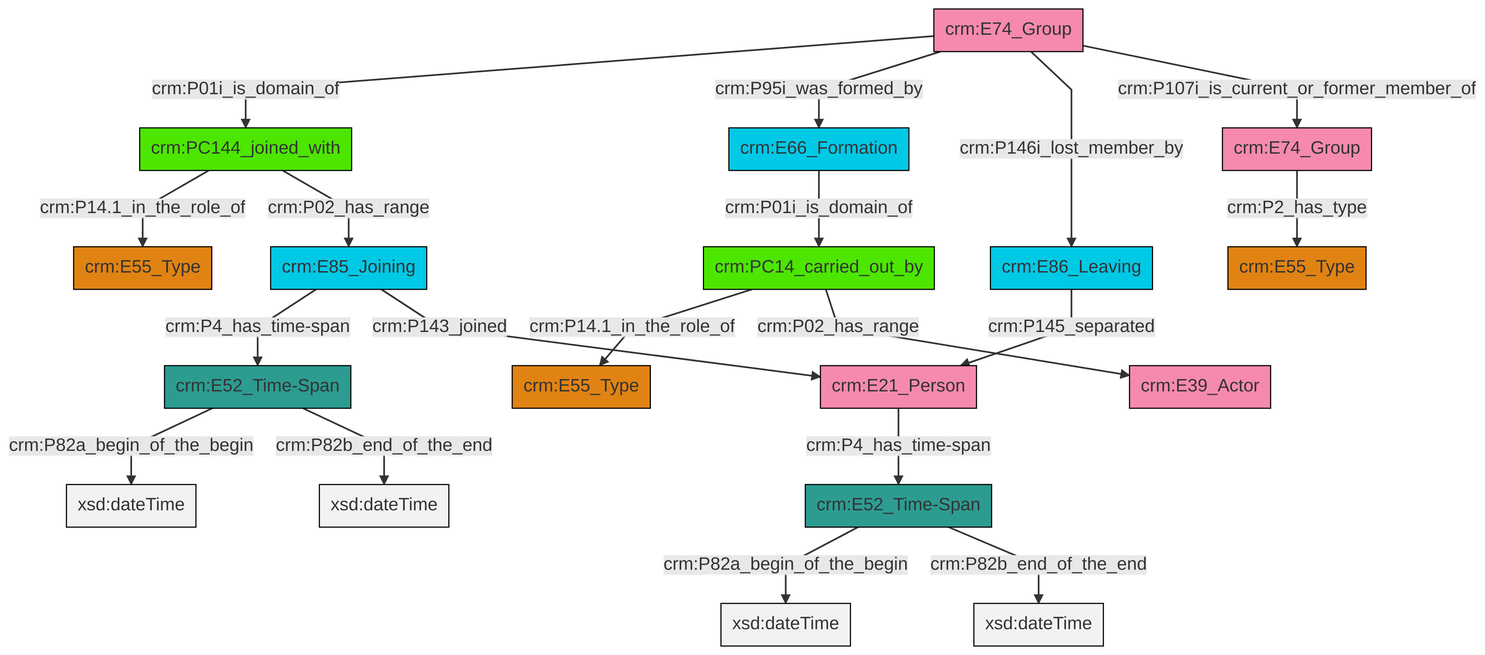
The Mermaid diagram et/groupCSV/ttl/mmd/png/group_actor_relations.png in swiss-art-research-net/docs.swissartresearch, before a commit. Its source is kept beside it as et/groupCSV/ttl/mmd/group_actor_relations.ttl.mmd.
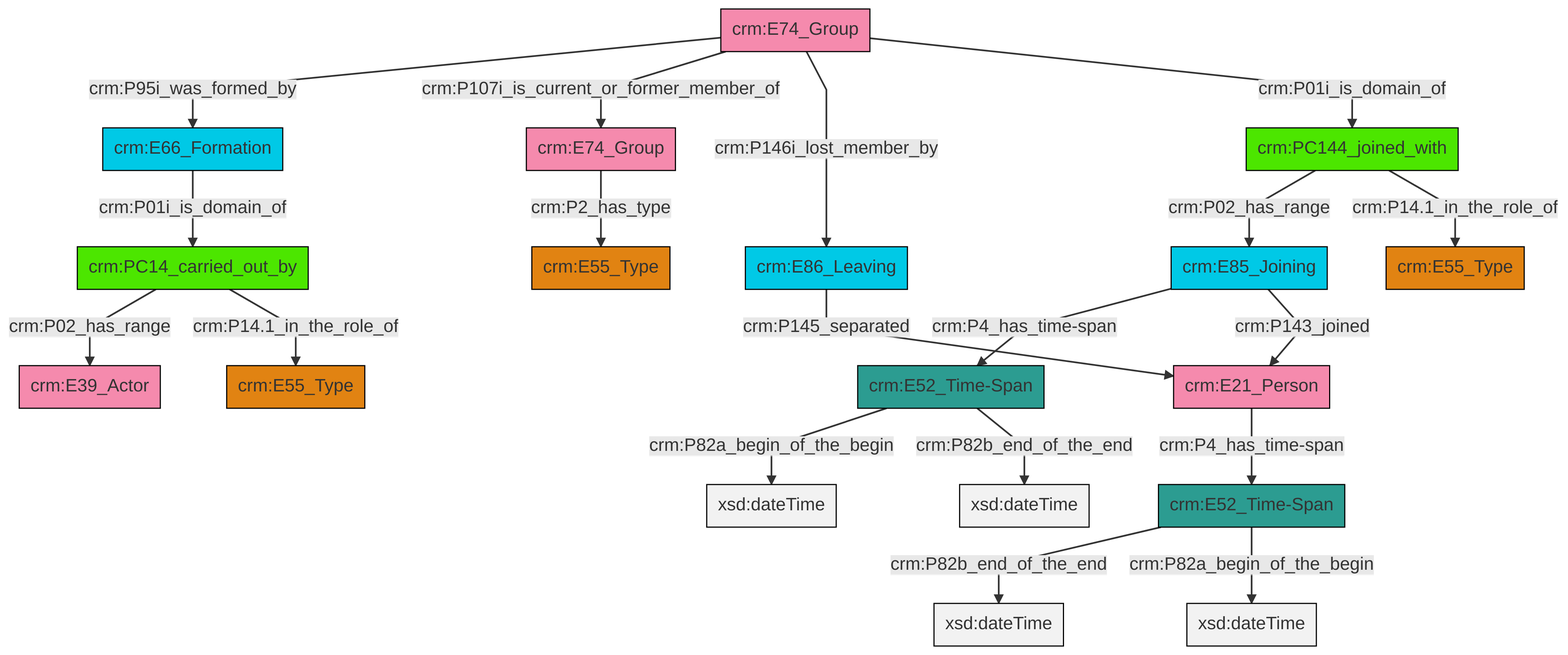
After the commit.

What changed in the source:
```diff
@@ -13,21 +13,21 @@
 classDef PC_Classes fill:#4ce600, stroke:#000000;
 classDef Multi fill:#cccccc,stroke:#000000;
 
-2["crm:E74_Group"]:::Actor -->|crm:P01i_is_domain_of| 3["crm:PC144_joined_with"]:::PC_Classes
-4["crm:PC14_carried_out_by"]:::PC_Classes -->|crm:P14.1_in_the_role_of| 5["crm:E55_Type"]:::Type
+2["crm:E66_Formation"]:::Temporal_Entity -->|crm:P01i_is_domain_of| 3["crm:PC14_carried_out_by"]:::PC_Classes
 6["crm:E52_Time-Span"]:::Time-Span -->|crm:P82a_begin_of_the_begin| 7[xsd:dateTime]:::Literal
-3["crm:PC144_joined_with"]:::PC_Classes -->|crm:P14.1_in_the_role_of| 8["crm:E55_Type"]:::Type
-0["crm:E52_Time-Span"]:::Time-Span -->|crm:P82a_begin_of_the_begin| 9[xsd:dateTime]:::Literal
-0["crm:E52_Time-Span"]:::Time-Span -->|crm:P82b_end_of_the_end| 10[xsd:dateTime]:::Literal
-12["crm:E66_Formation"]:::Temporal_Entity -->|crm:P01i_is_domain_of| 4["crm:PC14_carried_out_by"]:::PC_Classes
-13["crm:E85_Joining"]:::Temporal_Entity -->|crm:P4_has_time-span| 6["crm:E52_Time-Span"]:::Time-Span
-2["crm:E74_Group"]:::Actor -->|crm:P95i_was_formed_by| 12["crm:E66_Formation"]:::Temporal_Entity
-4["crm:PC14_carried_out_by"]:::PC_Classes -->|crm:P02_has_range| 14["crm:E39_Actor"]:::Actor
-2["crm:E74_Group"]:::Actor -->|crm:P146i_lost_member_by| 20["crm:E86_Leaving"]:::Temporal_Entity
-20["crm:E86_Leaving"]:::Temporal_Entity -->|crm:P145_separated| 22["crm:E21_Person"]:::Actor
-15["crm:E74_Group"]:::Actor -->|crm:P2_has_type| 18["crm:E55_Type"]:::Type
-13["crm:E85_Joining"]:::Temporal_Entity -->|crm:P143_joined| 22["crm:E21_Person"]:::Actor
-6["crm:E52_Time-Span"]:::Time-Span -->|crm:P82b_end_of_the_end| 27[xsd:dateTime]:::Literal
-22["crm:E21_Person"]:::Actor -->|crm:P4_has_time-span| 0["crm:E52_Time-Span"]:::Time-Span
-2["crm:E74_Group"]:::Actor -->|crm:P107i_is_current_or_former_member_of| 15["crm:E74_Group"]:::Actor
-3["crm:PC144_joined_with"]:::PC_Classes -->|crm:P02_has_range| 13["crm:E85_Joining"]:::Temporal_Entity
+10["crm:E74_Group"]:::Actor -->|crm:P95i_was_formed_by| 2["crm:E66_Formation"]:::Temporal_Entity
+10["crm:E74_Group"]:::Actor -->|crm:P107i_is_current_or_former_member_of| 17["crm:E74_Group"]:::Actor
+8["crm:E85_Joining"]:::Temporal_Entity -->|crm:P4_has_time-span| 6["crm:E52_Time-Span"]:::Time-Span
+12["crm:PC144_joined_with"]:::PC_Classes -->|crm:P02_has_range| 8["crm:E85_Joining"]:::Temporal_Entity
+3["crm:PC14_carried_out_by"]:::PC_Classes -->|crm:P02_has_range| 20["crm:E39_Actor"]:::Actor
+17["crm:E74_Group"]:::Actor -->|crm:P2_has_type| 0["crm:E55_Type"]:::Type
+12["crm:PC144_joined_with"]:::PC_Classes -->|crm:P14.1_in_the_role_of| 21["crm:E55_Type"]:::Type
+18["crm:E86_Leaving"]:::Temporal_Entity -->|crm:P145_separated| 25["crm:E21_Person"]:::Actor
+8["crm:E85_Joining"]:::Temporal_Entity -->|crm:P143_joined| 25["crm:E21_Person"]:::Actor
+15["crm:E52_Time-Span"]:::Time-Span -->|crm:P82b_end_of_the_end| 29[xsd:dateTime]:::Literal
+10["crm:E74_Group"]:::Actor -->|crm:P146i_lost_member_by| 18["crm:E86_Leaving"]:::Temporal_Entity
+15["crm:E52_Time-Span"]:::Time-Span -->|crm:P82a_begin_of_the_begin| 31[xsd:dateTime]:::Literal
+25["crm:E21_Person"]:::Actor -->|crm:P4_has_time-span| 15["crm:E52_Time-Span"]:::Time-Span
+10["crm:E74_Group"]:::Actor -->|crm:P01i_is_domain_of| 12["crm:PC144_joined_with"]:::PC_Classes
+3["crm:PC14_carried_out_by"]:::PC_Classes -->|crm:P14.1_in_the_role_of| 4["crm:E55_Type"]:::Type
+6["crm:E52_Time-Span"]:::Time-Span -->|crm:P82b_end_of_the_end| 34[xsd:dateTime]:::Literal
```
